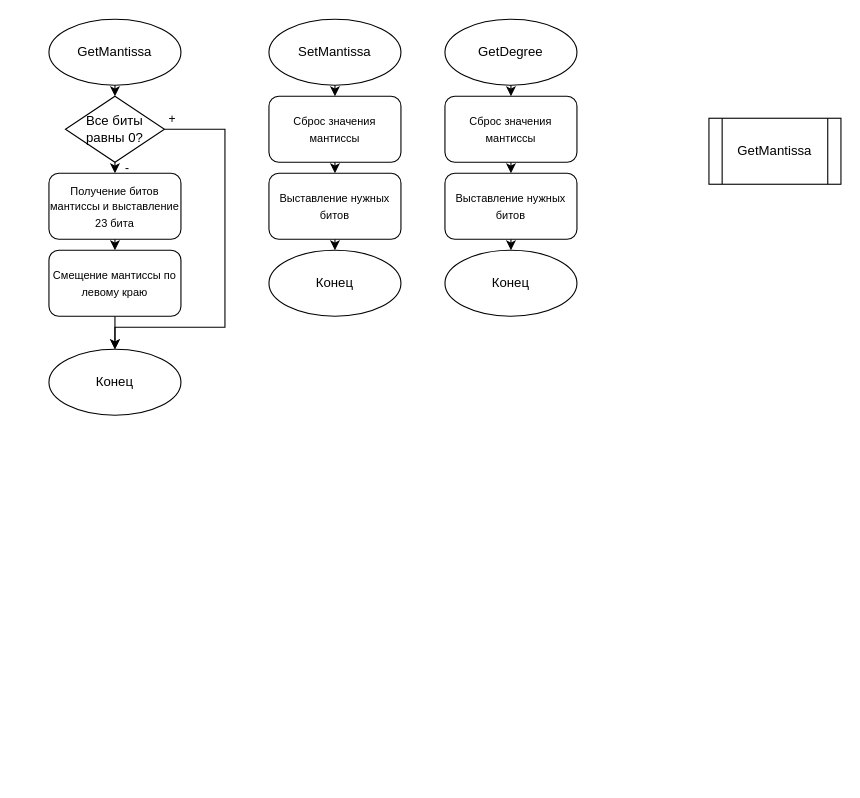
This is page "SimpleFunction" (1 of 3) of Диаграмма без названия.drawio from Ulqiora/FloatImplementation, a draw.io file, before an edit. Source tidied: cells renumbered, new cells numbered last; positions are measured from the earlier drawing's top-left corner, leaving out a move shared by most shapes. Both pictures are drawn from the tidied source at 110%, with x=0, y=0 at pixel (48, 19).
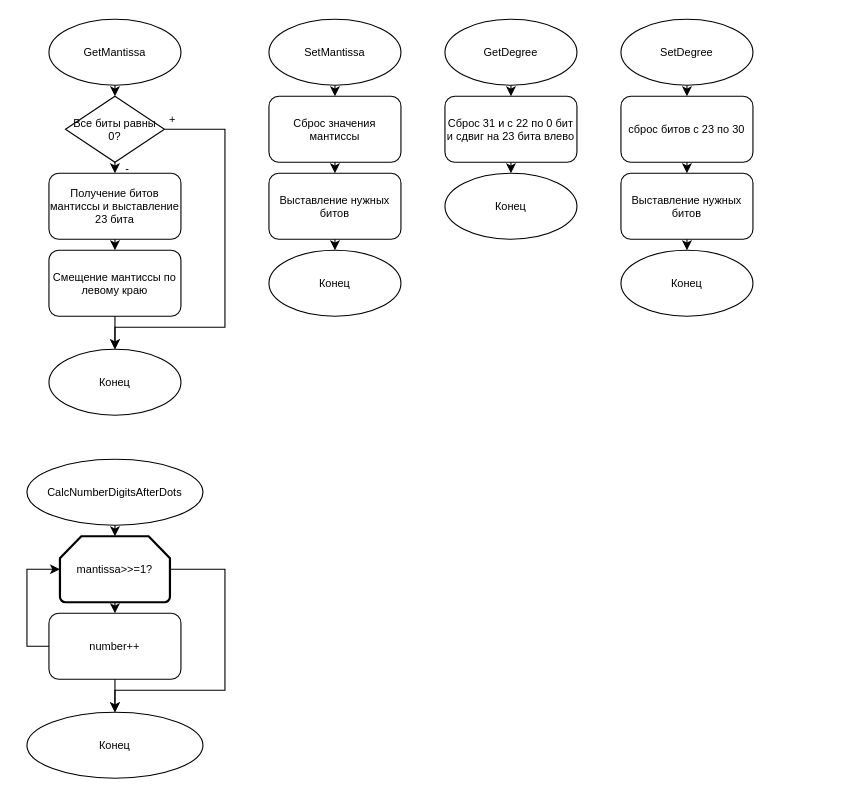
Above is the later version.

Commit message:
Added all diagramms for all functions

The edit, as a diff of the source:
```diff
@@
-    <mxCell id="2" value="&lt;font style=&quot;font-size: 12px;&quot;&gt;GetMantissa&lt;/font&gt;" style="shape=process;whiteSpace=wrap;html=1;backgroundOutline=1;" parent="1" vertex="1">
-      <mxGeometry x="600" y="90" width="120" height="60" as="geometry" />
-    </mxCell>
-    <mxCell id="3" style="edgeStyle=orthogonalEdgeStyle;rounded=0;jettySize=auto;html=1;exitX=0.5;exitY=1;exitDx=0;exitDy=0;entryX=0.5;entryY=0;entryDx=0;entryDy=0;" parent="1" edge="1" source="7" target="9">
+    <mxCell id="3" style="edgeStyle=orthogonalEdgeStyle;rounded=0;jettySize=auto;html=1;exitX=0.5;exitY=1;exitDx=0;exitDy=0;entryX=0.5;entryY=0;entryDx=0;entryDy=0;fontSize=10;" parent="1" edge="1" source="7" target="9">
       <mxGeometry relative="1" as="geometry" />
     </mxCell>
-    <mxCell id="4" value="-" style="edgeLabel;html=1;align=center;verticalAlign=middle;" parent="3" vertex="1">
+    <mxCell id="4" value="-" style="edgeLabel;html=1;align=center;verticalAlign=middle;fontSize=10;" parent="3" vertex="1">
       <mxGeometry x="-0.16" relative="1" as="geometry">
         <mxPoint x="10" as="offset" />
       </mxGeometry>
     </mxCell>
-    <mxCell id="5" style="edgeStyle=orthogonalEdgeStyle;rounded=0;jettySize=auto;html=1;exitX=1;exitY=0.5;exitDx=0;exitDy=0;entryX=0.5;entryY=0;entryDx=0;entryDy=0;" parent="1" edge="1" source="7" target="14">
+    <mxCell id="5" style="edgeStyle=orthogonalEdgeStyle;rounded=0;jettySize=auto;html=1;exitX=1;exitY=0.5;exitDx=0;exitDy=0;entryX=0.5;entryY=0;entryDx=0;entryDy=0;fontSize=10;" parent="1" edge="1" source="7" target="14">
       <mxGeometry relative="1" as="geometry">
         <Array as="points">
           <mxPoint x="160" y="100" />
           <mxPoint x="160" y="280" />
           <mxPoint x="60" y="280" />
         </Array>
       </mxGeometry>
     </mxCell>
-    <mxCell id="6" value="+" style="edgeLabel;html=1;align=center;verticalAlign=middle;" parent="5" vertex="1">
+    <mxCell id="6" value="+" style="edgeLabel;html=1;align=center;verticalAlign=middle;fontSize=10;" parent="5" vertex="1">
       <mxGeometry x="-0.92" y="2" relative="1" as="geometry">
         <mxPoint x="-8" y="-8" as="offset" />
       </mxGeometry>
     </mxCell>
-    <mxCell id="7" value="Все биты равны 0?" style="rhombus;whiteSpace=wrap;html=1;" parent="1" vertex="1">
+    <mxCell id="7" value="Все биты равны 0?" style="rhombus;whiteSpace=wrap;html=1;fontSize=10;" parent="1" vertex="1">
       <mxGeometry x="15" y="70" width="90" height="60" as="geometry" />
     </mxCell>
-    <mxCell id="8" style="edgeStyle=orthogonalEdgeStyle;rounded=0;jettySize=auto;html=1;exitX=0.5;exitY=1;exitDx=0;exitDy=0;entryX=0.5;entryY=0;entryDx=0;entryDy=0;" parent="1" edge="1" source="9" target="11">
+    <mxCell id="8" style="edgeStyle=orthogonalEdgeStyle;rounded=0;jettySize=auto;html=1;exitX=0.5;exitY=1;exitDx=0;exitDy=0;entryX=0.5;entryY=0;entryDx=0;entryDy=0;fontSize=10;" parent="1" edge="1" source="9" target="11">
       <mxGeometry relative="1" as="geometry" />
     </mxCell>
-    <mxCell id="9" value="&lt;font style=&quot;font-size: 10px;&quot;&gt;Получение битов мантиссы и выставление 23 бита&lt;/font&gt;" style="rounded=1;whiteSpace=wrap;html=1;" parent="1" vertex="1">
+    <mxCell id="9" value="&lt;font style=&quot;font-size: 10px;&quot;&gt;Получение битов мантиссы и выставление 23 бита&lt;/font&gt;" style="rounded=1;whiteSpace=wrap;html=1;fontSize=10;" parent="1" vertex="1">
       <mxGeometry y="140" width="120" height="60" as="geometry" />
     </mxCell>
-    <mxCell id="10" style="edgeStyle=orthogonalEdgeStyle;rounded=0;jettySize=auto;html=1;exitX=0.5;exitY=1;exitDx=0;exitDy=0;entryX=0.5;entryY=0;entryDx=0;entryDy=0;" parent="1" edge="1" source="11" target="14">
+    <mxCell id="10" style="edgeStyle=orthogonalEdgeStyle;rounded=0;jettySize=auto;html=1;exitX=0.5;exitY=1;exitDx=0;exitDy=0;entryX=0.5;entryY=0;entryDx=0;entryDy=0;fontSize=10;" parent="1" edge="1" source="11" target="14">
       <mxGeometry relative="1" as="geometry" />
     </mxCell>
-    <mxCell id="11" value="&lt;span style=&quot;font-size: 10px;&quot;&gt;Смещение мантиссы по левому краю&lt;/span&gt;" style="rounded=1;whiteSpace=wrap;html=1;" parent="1" vertex="1">
+    <mxCell id="11" value="&lt;span style=&quot;font-size: 10px;&quot;&gt;Смещение мантиссы по левому краю&lt;/span&gt;" style="rounded=1;whiteSpace=wrap;html=1;fontSize=10;" parent="1" vertex="1">
       <mxGeometry y="210" width="120" height="60" as="geometry" />
     </mxCell>
-    <mxCell id="12" style="edgeStyle=orthogonalEdgeStyle;rounded=0;jettySize=auto;html=1;exitX=0.5;exitY=1;exitDx=0;exitDy=0;entryX=0.5;entryY=0;entryDx=0;entryDy=0;" parent="1" edge="1" source="13" target="7">
+    <mxCell id="12" style="edgeStyle=orthogonalEdgeStyle;rounded=0;jettySize=auto;html=1;exitX=0.5;exitY=1;exitDx=0;exitDy=0;entryX=0.5;entryY=0;entryDx=0;entryDy=0;fontSize=10;" parent="1" edge="1" source="13" target="7">
       <mxGeometry relative="1" as="geometry" />
     </mxCell>
-    <mxCell id="13" value="GetMantissa" style="ellipse;whiteSpace=wrap;html=1;" parent="1" vertex="1">
+    <mxCell id="13" value="GetMantissa" style="ellipse;whiteSpace=wrap;html=1;fontSize=10;" parent="1" vertex="1">
       <mxGeometry width="120" height="60" as="geometry" />
     </mxCell>
-    <mxCell id="14" value="Конец" style="ellipse;whiteSpace=wrap;html=1;" parent="1" vertex="1">
+    <mxCell id="14" value="Конец" style="ellipse;whiteSpace=wrap;html=1;fontSize=10;" parent="1" vertex="1">
       <mxGeometry y="300" width="120" height="60" as="geometry" />
     </mxCell>
-    <mxCell id="15" style="edgeStyle=orthogonalEdgeStyle;rounded=0;jettySize=auto;html=1;exitX=0.5;exitY=1;exitDx=0;exitDy=0;entryX=0.5;entryY=0;entryDx=0;entryDy=0;" parent="1" edge="1" source="16" target="18">
+    <mxCell id="15" style="edgeStyle=orthogonalEdgeStyle;rounded=0;jettySize=auto;html=1;exitX=0.5;exitY=1;exitDx=0;exitDy=0;entryX=0.5;entryY=0;entryDx=0;entryDy=0;fontSize=10;" parent="1" edge="1" source="16" target="18">
       <mxGeometry relative="1" as="geometry" />
     </mxCell>
-    <mxCell id="16" value="&lt;span style=&quot;font-size: 10px;&quot;&gt;Сброс значения мантиссы&lt;/span&gt;" style="rounded=1;whiteSpace=wrap;html=1;" parent="1" vertex="1">
+    <mxCell id="16" value="&lt;span style=&quot;font-size: 10px;&quot;&gt;Сброс значения мантиссы&lt;/span&gt;" style="rounded=1;whiteSpace=wrap;html=1;fontSize=10;" parent="1" vertex="1">
       <mxGeometry x="200" y="70" width="120" height="60" as="geometry" />
     </mxCell>
-    <mxCell id="17" style="edgeStyle=orthogonalEdgeStyle;rounded=0;jettySize=auto;html=1;exitX=0.5;exitY=1;exitDx=0;exitDy=0;entryX=0.5;entryY=0;entryDx=0;entryDy=0;" parent="1" edge="1" source="18" target="21">
+    <mxCell id="17" style="edgeStyle=orthogonalEdgeStyle;rounded=0;jettySize=auto;html=1;exitX=0.5;exitY=1;exitDx=0;exitDy=0;entryX=0.5;entryY=0;entryDx=0;entryDy=0;fontSize=10;" parent="1" edge="1" source="18" target="21">
       <mxGeometry relative="1" as="geometry" />
     </mxCell>
-    <mxCell id="18" value="&lt;span style=&quot;font-size: 10px;&quot;&gt;Выставление нужных битов&lt;/span&gt;" style="rounded=1;whiteSpace=wrap;html=1;" parent="1" vertex="1">
+    <mxCell id="18" value="&lt;span style=&quot;font-size: 10px;&quot;&gt;Выставление нужных битов&lt;/span&gt;" style="rounded=1;whiteSpace=wrap;html=1;fontSize=10;" parent="1" vertex="1">
       <mxGeometry x="200" y="140" width="120" height="60" as="geometry" />
     </mxCell>
-    <mxCell id="19" style="edgeStyle=orthogonalEdgeStyle;rounded=0;jettySize=auto;html=1;exitX=0.5;exitY=1;exitDx=0;exitDy=0;" parent="1" edge="1" source="20">
+    <mxCell id="19" style="edgeStyle=orthogonalEdgeStyle;rounded=0;jettySize=auto;html=1;exitX=0.5;exitY=1;exitDx=0;exitDy=0;fontSize=10;" parent="1" edge="1" source="20">
       <mxGeometry relative="1" as="geometry">
         <mxPoint x="260" y="70" as="targetPoint" />
       </mxGeometry>
     </mxCell>
-    <mxCell id="20" value="SetMantissa" style="ellipse;whiteSpace=wrap;html=1;" parent="1" vertex="1">
+    <mxCell id="20" value="SetMantissa" style="ellipse;whiteSpace=wrap;html=1;fontSize=10;" parent="1" vertex="1">
       <mxGeometry x="200" width="120" height="60" as="geometry" />
     </mxCell>
-    <mxCell id="21" value="Конец" style="ellipse;whiteSpace=wrap;html=1;" parent="1" vertex="1">
+    <mxCell id="21" value="Конец" style="ellipse;whiteSpace=wrap;html=1;fontSize=10;" parent="1" vertex="1">
       <mxGeometry x="200" y="210" width="120" height="60" as="geometry" />
     </mxCell>
-    <mxCell id="22" style="edgeStyle=orthogonalEdgeStyle;rounded=0;jettySize=auto;html=1;exitX=0.5;exitY=1;exitDx=0;exitDy=0;entryX=0.5;entryY=0;entryDx=0;entryDy=0;" parent="1" edge="1" source="23" target="25">
-      <mxGeometry relative="1" as="geometry" />
+    <mxCell id="22" style="edgeStyle=orthogonalEdgeStyle;rounded=0;jettySize=auto;html=1;exitX=0.5;exitY=1;exitDx=0;exitDy=0;entryX=0.5;entryY=0;entryDx=0;entryDy=0;fontSize=10;" parent="1" edge="1" source="23">
+      <mxGeometry relative="1" as="geometry">
+        <mxPoint x="420" y="140" as="targetPoint" />
+      </mxGeometry>
     </mxCell>
-    <mxCell id="23" value="&lt;span style=&quot;font-size: 10px;&quot;&gt;Сброс значения мантиссы&lt;/span&gt;" style="rounded=1;whiteSpace=wrap;html=1;" parent="1" vertex="1">
+    <mxCell id="23" value="&lt;span style=&quot;font-size: 10px;&quot;&gt;Сброс 31 и с 22 по 0 бит и сдвиг на 23 бита влево&lt;/span&gt;" style="rounded=1;whiteSpace=wrap;html=1;fontSize=10;" parent="1" vertex="1">
       <mxGeometry x="360" y="70" width="120" height="60" as="geometry" />
     </mxCell>
-    <mxCell id="24" style="edgeStyle=orthogonalEdgeStyle;rounded=0;jettySize=auto;html=1;exitX=0.5;exitY=1;exitDx=0;exitDy=0;entryX=0.5;entryY=0;entryDx=0;entryDy=0;" parent="1" edge="1" source="25" target="28">
-      <mxGeometry relative="1" as="geometry" />
-    </mxCell>
-    <mxCell id="25" value="&lt;span style=&quot;font-size: 10px;&quot;&gt;Выставление нужных битов&lt;/span&gt;" style="rounded=1;whiteSpace=wrap;html=1;" parent="1" vertex="1">
-      <mxGeometry x="360" y="140" width="120" height="60" as="geometry" />
-    </mxCell>
-    <mxCell id="26" style="edgeStyle=orthogonalEdgeStyle;rounded=0;jettySize=auto;html=1;exitX=0.5;exitY=1;exitDx=0;exitDy=0;" parent="1" edge="1" source="27">
+    <mxCell id="26" style="edgeStyle=orthogonalEdgeStyle;rounded=0;jettySize=auto;html=1;exitX=0.5;exitY=1;exitDx=0;exitDy=0;fontSize=10;" parent="1" edge="1" source="27">
       <mxGeometry relative="1" as="geometry">
         <mxPoint x="420" y="70" as="targetPoint" />
       </mxGeometry>
     </mxCell>
-    <mxCell id="27" value="GetDegree" style="ellipse;whiteSpace=wrap;html=1;" parent="1" vertex="1">
+    <mxCell id="27" value="GetDegree" style="ellipse;whiteSpace=wrap;html=1;fontSize=10;" parent="1" vertex="1">
       <mxGeometry x="360" width="120" height="60" as="geometry" />
     </mxCell>
-    <mxCell id="28" value="Конец" style="ellipse;whiteSpace=wrap;html=1;" parent="1" vertex="1">
-      <mxGeometry x="360" y="210" width="120" height="60" as="geometry" />
+    <mxCell id="28" value="Конец" style="ellipse;whiteSpace=wrap;html=1;fontSize=10;" parent="1" vertex="1">
+      <mxGeometry x="360" y="140" width="120" height="60" as="geometry" />
     </mxCell>
+    <mxCell id="29" style="edgeStyle=orthogonalEdgeStyle;rounded=0;jettySize=auto;html=1;exitX=0.5;exitY=1;exitDx=0;exitDy=0;fontSize=10;" parent="1" edge="1" source="30">
+      <mxGeometry relative="1" as="geometry">
+        <mxPoint x="580" y="70" as="targetPoint" />
+      </mxGeometry>
+    </mxCell>
+    <mxCell id="30" value="SetDegree" style="ellipse;whiteSpace=wrap;html=1;fontSize=10;" parent="1" vertex="1">
+      <mxGeometry x="520" width="120" height="60" as="geometry" />
+    </mxCell>
+    <mxCell id="31" style="edgeStyle=orthogonalEdgeStyle;rounded=0;jettySize=auto;html=1;exitX=0.5;exitY=1;exitDx=0;exitDy=0;entryX=0.5;entryY=0;entryDx=0;entryDy=0;fontSize=10;" parent="1" edge="1" source="32" target="25">
+      <mxGeometry relative="1" as="geometry" />
+    </mxCell>
+    <mxCell id="32" value="&lt;span style=&quot;font-size: 10px;&quot;&gt;сброс битов с 23 по 30&lt;/span&gt;" style="rounded=1;whiteSpace=wrap;html=1;fontSize=10;" parent="1" vertex="1">
+      <mxGeometry x="520" y="70" width="120" height="60" as="geometry" />
+    </mxCell>
+    <mxCell id="33" style="edgeStyle=orthogonalEdgeStyle;rounded=0;jettySize=auto;html=1;exitX=0.5;exitY=1;exitDx=0;exitDy=0;entryX=0.5;entryY=0;entryDx=0;entryDy=0;fontSize=10;" parent="1" edge="1" source="25" target="34">
+      <mxGeometry relative="1" as="geometry" />
+    </mxCell>
+    <mxCell id="25" value="&lt;span style=&quot;font-size: 10px;&quot;&gt;Выставление нужных битов&lt;/span&gt;" style="rounded=1;whiteSpace=wrap;html=1;fontSize=10;" parent="1" vertex="1">
+      <mxGeometry x="520" y="140" width="120" height="60" as="geometry" />
+    </mxCell>
+    <mxCell id="34" value="Конец" style="ellipse;whiteSpace=wrap;html=1;fontSize=10;" parent="1" vertex="1">
+      <mxGeometry x="520" y="210" width="120" height="60" as="geometry" />
+    </mxCell>
+    <mxCell id="35" style="edgeStyle=orthogonalEdgeStyle;rounded=0;jettySize=auto;html=1;exitX=0.5;exitY=1;exitDx=0;exitDy=0;fontSize=10;" parent="1" edge="1" source="36">
+      <mxGeometry relative="1" as="geometry">
+        <mxPoint x="60" y="470" as="targetPoint" />
+      </mxGeometry>
+    </mxCell>
+    <mxCell id="36" value="CalcNumberDigitsAfterDots" style="ellipse;whiteSpace=wrap;html=1;fontSize=10;" parent="1" vertex="1">
+      <mxGeometry x="-20" y="400" width="160" height="60" as="geometry" />
+    </mxCell>
+    <mxCell id="37" style="edgeStyle=orthogonalEdgeStyle;rounded=0;jettySize=auto;html=1;exitX=0.5;exitY=1;exitDx=0;exitDy=0;entryX=0.5;entryY=0;entryDx=0;entryDy=0;fontSize=10;" parent="1" edge="1" target="38">
+      <mxGeometry relative="1" as="geometry">
+        <mxPoint x="60" y="600" as="sourcePoint" />
+      </mxGeometry>
+    </mxCell>
+    <mxCell id="38" value="Конец" style="ellipse;whiteSpace=wrap;html=1;fontSize=10;" parent="1" vertex="1">
+      <mxGeometry x="-20" y="630" width="160" height="60" as="geometry" />
+    </mxCell>
+    <mxCell id="39" style="edgeStyle=orthogonalEdgeStyle;rounded=0;jettySize=auto;html=1;exitX=1;exitY=0.5;exitDx=0;exitDy=0;exitPerimeter=0;entryX=0.5;entryY=0;entryDx=0;entryDy=0;fontSize=10;" parent="1" edge="1" source="41" target="38">
+      <mxGeometry relative="1" as="geometry">
+        <Array as="points">
+          <mxPoint x="160" y="500" />
+          <mxPoint x="160" y="610" />
+          <mxPoint x="60" y="610" />
+        </Array>
+      </mxGeometry>
+    </mxCell>
+    <mxCell id="40" style="edgeStyle=orthogonalEdgeStyle;rounded=0;jettySize=auto;html=1;exitX=0.5;exitY=1;exitDx=0;exitDy=0;exitPerimeter=0;entryX=0.5;entryY=0;entryDx=0;entryDy=0;fontSize=10;" parent="1" edge="1" source="41" target="43">
+      <mxGeometry relative="1" as="geometry" />
+    </mxCell>
+    <mxCell id="41" value="mantissa&amp;gt;&amp;gt;=1?" style="strokeWidth=2;html=1;shape=mxgraph.flowchart.loop_limit;whiteSpace=wrap;fontSize=10;" parent="1" vertex="1">
+      <mxGeometry x="10" y="470" width="100" height="60" as="geometry" />
+    </mxCell>
+    <mxCell id="42" style="edgeStyle=orthogonalEdgeStyle;rounded=0;jettySize=auto;html=1;exitX=0;exitY=0.5;exitDx=0;exitDy=0;entryX=0;entryY=0.5;entryDx=0;entryDy=0;entryPerimeter=0;fontSize=10;" parent="1" edge="1" source="43" target="41">
+      <mxGeometry relative="1" as="geometry" />
+    </mxCell>
+    <mxCell id="43" value="number++" style="rounded=1;whiteSpace=wrap;html=1;fontSize=10;" parent="1" vertex="1">
+      <mxGeometry y="540" width="120" height="60" as="geometry" />
+    </mxCell>
```
